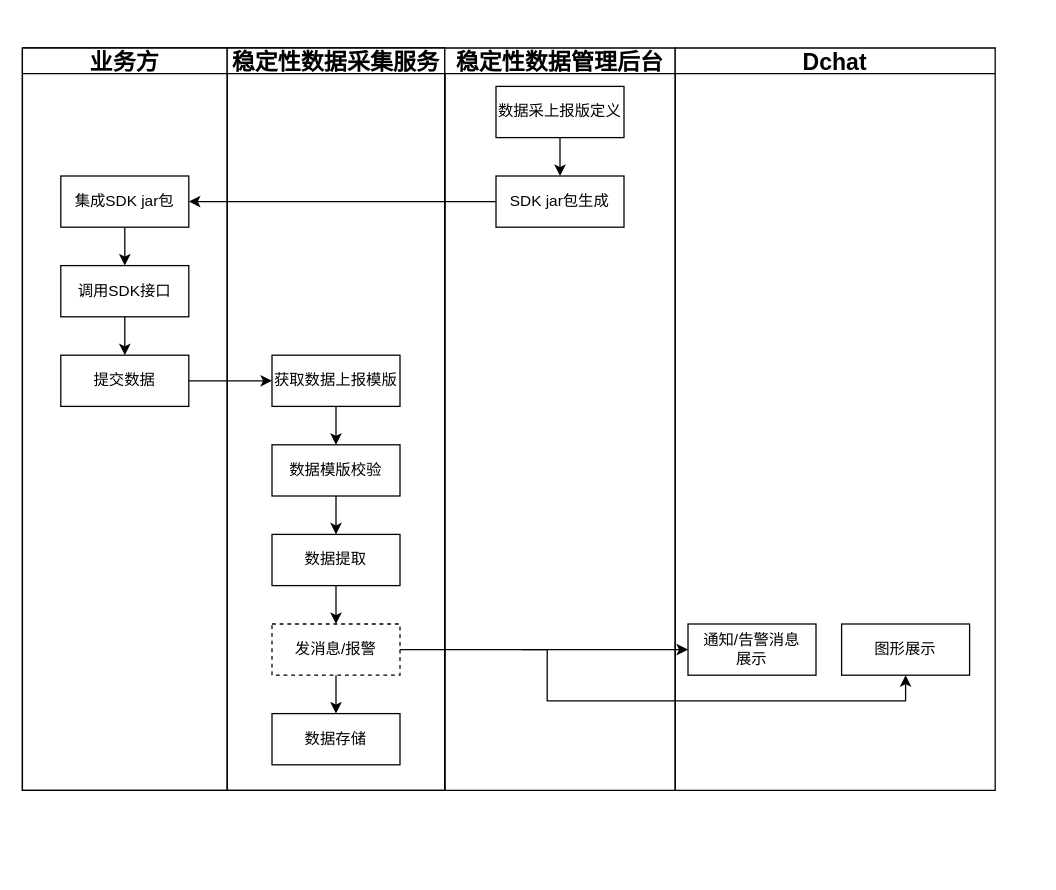
The draw.io diagram page "Page-1" (1 of 2) of drawio/稳定性数据上报流程.drawio in xiaofang168/files, before the edit. Source tidied: cells renumbered, new cells numbered last; positions are measured from the earlier drawing's top-left corner, leaving out a move shared by most shapes. Both pictures are drawn from the tidied source at 128%, with x=0, y=0 at pixel (22, 22).
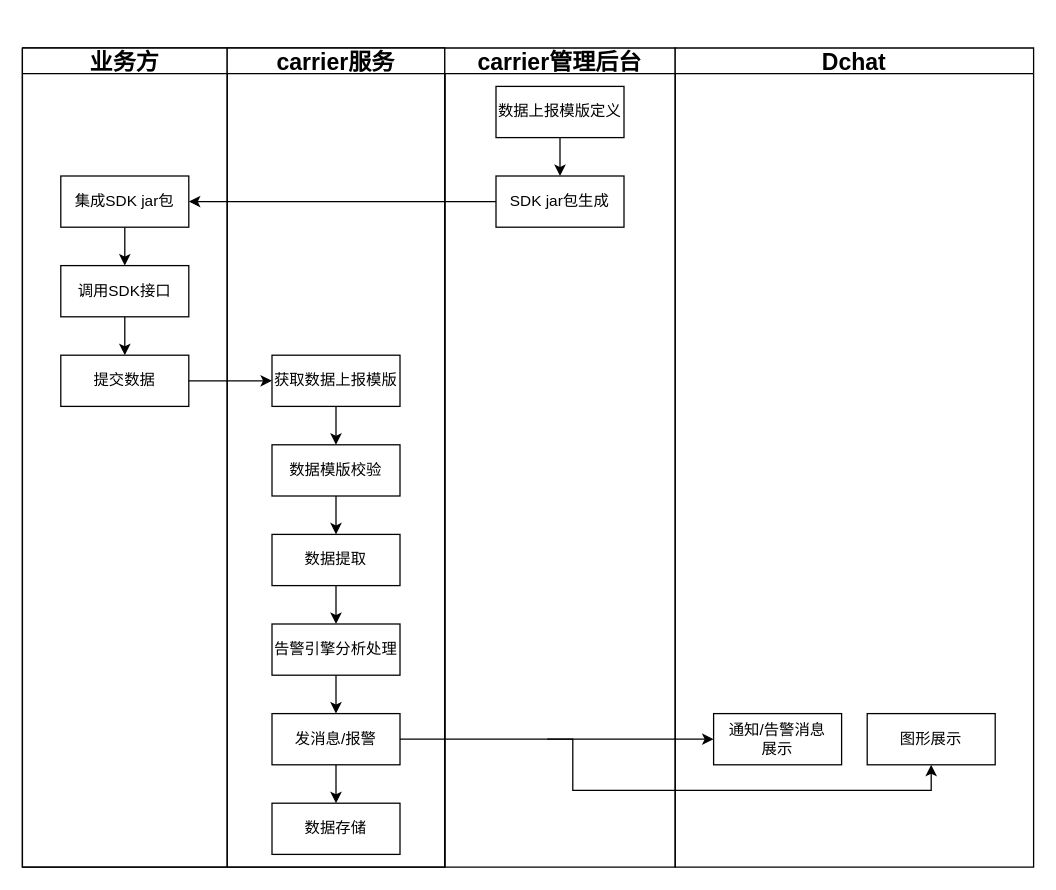
Above is the later version.

Unchanged cells that the change refers to:
```xml
<mxCell id="16" value="数据提取" style="rounded=0;whiteSpace=wrap;html=1;" parent="9" vertex="1">
  <mxGeometry x="35" y="380" width="100" height="40" as="geometry" />
</mxCell>
```

Diff of the diagram source:
```diff
@@
     <mxCell id="2" value="Pool" style="swimlane;startSize=20;rounded=0;shadow=0;glass=0;fontSize=18;strokeColor=default;strokeWidth=1;fillColor=default;noLabel=1;backgroundOutline=0;comic=0;enumerate=0;swimlaneBody=1;swimlaneHead=0;horizontal=1;swimlaneLine=1;" parent="1" vertex="1">
-      <mxGeometry width="330" height="600" as="geometry" />
+      <mxGeometry width="330" height="660" as="geometry" />
     </mxCell>
     <mxCell id="3" value="业务方" style="swimlane;startSize=20;rounded=0;shadow=0;glass=0;fontSize=18;strokeColor=default;strokeWidth=1;fillColor=default;" parent="2" vertex="1">
-      <mxGeometry y="20" width="160" height="580" as="geometry" />
+      <mxGeometry y="20" width="160" height="640" as="geometry" />
     </mxCell>
@@
-    <mxCell id="9" value="稳定性数据采集服务" style="swimlane;startSize=20;rounded=0;shadow=0;glass=0;fontSize=18;strokeColor=default;strokeWidth=1;fillColor=default;" parent="2" vertex="1">
-      <mxGeometry x="160" y="20" width="170" height="580" as="geometry" />
+    <mxCell id="9" value="carrier服务" style="swimlane;startSize=20;rounded=0;shadow=0;glass=0;fontSize=18;strokeColor=default;strokeWidth=1;fillColor=default;" parent="2" vertex="1">
+      <mxGeometry x="160" y="20" width="170" height="640" as="geometry" />
     </mxCell>
@@
     <mxCell id="14" value="数据存储" style="rounded=0;whiteSpace=wrap;html=1;" parent="9" vertex="1">
-      <mxGeometry x="35" y="520" width="100" height="40" as="geometry" />
+      <mxGeometry x="35" y="590" width="100" height="40" as="geometry" />
     </mxCell>
-    <mxCell id="15" style="edgeStyle=orthogonalEdgeStyle;rounded=0;jettySize=auto;html=1;exitX=0.5;exitY=1;exitDx=0;exitDy=0;entryX=0.5;entryY=0;entryDx=0;entryDy=0;" parent="9" edge="1" source="16" target="18">
-      <mxGeometry relative="1" as="geometry" />
-    </mxCell>
+    <mxCell id="30" style="edgeStyle=orthogonalEdgeStyle;rounded=0;jettySize=auto;html=1;exitX=0.5;exitY=1;exitDx=0;exitDy=0;entryX=0.5;entryY=0;entryDx=0;entryDy=0;" parent="9" edge="1" source="16" target="32">
+      <mxGeometry relative="1" as="geometry" />
+    </mxCell>
@@
-    <mxCell id="18" value="发消息/报警" style="rounded=0;whiteSpace=wrap;html=1;dashed=1;" parent="9" vertex="1">
-      <mxGeometry x="35" y="450" width="100" height="40" as="geometry" />
+    <mxCell id="18" value="发消息/报警" style="rounded=0;whiteSpace=wrap;html=1;" parent="9" vertex="1">
+      <mxGeometry x="35" y="520" width="100" height="40" as="geometry" />
     </mxCell>
@@
+    <mxCell id="31" style="edgeStyle=orthogonalEdgeStyle;rounded=0;jettySize=auto;html=1;exitX=0.5;exitY=1;exitDx=0;exitDy=0;entryX=0.5;entryY=0;entryDx=0;entryDy=0;" parent="9" edge="1" source="32" target="18">
+      <mxGeometry relative="1" as="geometry" />
+    </mxCell>
+    <mxCell id="32" value="告警引擎分析处理" style="rounded=0;whiteSpace=wrap;html=1;" parent="9" vertex="1">
+      <mxGeometry x="35" y="450" width="100" height="40" as="geometry" />
+    </mxCell>
-    <mxCell id="20" value="稳定性数据管理后台" style="swimlane;startSize=20;rounded=0;shadow=0;glass=0;fontSize=18;strokeColor=default;strokeWidth=1;fillColor=default;" parent="1" vertex="1">
-      <mxGeometry x="330" y="20" width="180" height="580" as="geometry" />
+    <mxCell id="20" value="carrier管理后台" style="swimlane;startSize=20;rounded=0;shadow=0;glass=0;fontSize=18;strokeColor=default;strokeWidth=1;fillColor=default;" parent="1" vertex="1">
+      <mxGeometry x="330" y="20" width="180" height="640" as="geometry" />
     </mxCell>
@@
-    <mxCell id="22" value="数据采上报版定义" style="rounded=0;whiteSpace=wrap;html=1;" parent="20" vertex="1">
+    <mxCell id="22" value="数据上报模版定义" style="rounded=0;whiteSpace=wrap;html=1;" parent="20" vertex="1">
       <mxGeometry x="40" y="30" width="100" height="40" as="geometry" />
     </mxCell>
@@
     <mxCell id="24" value="Dchat" style="swimlane;startSize=20;rounded=0;shadow=0;glass=0;fontSize=18;strokeColor=default;strokeWidth=1;fillColor=default;" parent="1" vertex="1">
-      <mxGeometry x="510" y="20" width="250" height="580" as="geometry" />
+      <mxGeometry x="510" y="20" width="280" height="640" as="geometry" />
     </mxCell>
     <mxCell id="25" value="通知/告警消息&lt;br&gt;展示" style="rounded=0;whiteSpace=wrap;html=1;" parent="24" vertex="1">
-      <mxGeometry x="10" y="450" width="100" height="40" as="geometry" />
+      <mxGeometry x="30" y="520" width="100" height="40" as="geometry" />
     </mxCell>
     <mxCell id="26" value="图形展示" style="rounded=0;whiteSpace=wrap;html=1;" parent="24" vertex="1">
-      <mxGeometry x="130" y="450" width="100" height="40" as="geometry" />
+      <mxGeometry x="150" y="520" width="100" height="40" as="geometry" />
     </mxCell>
@@
     <mxCell id="29" style="edgeStyle=orthogonalEdgeStyle;jettySize=auto;html=1;exitX=0.5;exitY=1;exitDx=0;exitDy=0;startFill=1;endFill=0;anchorPointDirection=1;rounded=0;startArrow=classic;endArrow=none;" parent="1" edge="1" source="26">
       <mxGeometry relative="1" as="geometry">
-        <mxPoint x="390" y="490" as="targetPoint" />
+        <mxPoint x="410" y="560" as="targetPoint" />
         <Array as="points">
-          <mxPoint x="690" y="530" />
-          <mxPoint x="410" y="530" />
-          <mxPoint x="410" y="490" />
+          <mxPoint x="710" y="600" />
+          <mxPoint x="430" y="600" />
+          <mxPoint x="430" y="560" />
         </Array>
       </mxGeometry>
     </mxCell>
```
